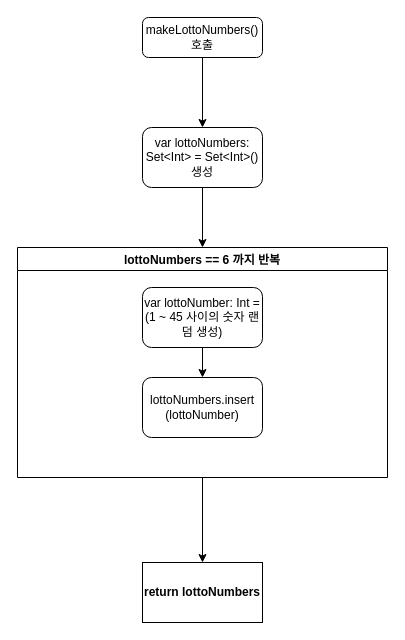
Above: Untitled Diagram.drawio in yagom-academy/swift-starter-Round2 (draw.io), before the change. Source tidied: cells renumbered, new cells numbered last; positions are measured from the earlier drawing's top-left corner, leaving out a move shared by most shapes. Both pictures are drawn from the tidied source at 100%, with x=0, y=0 at pixel (17, 17).
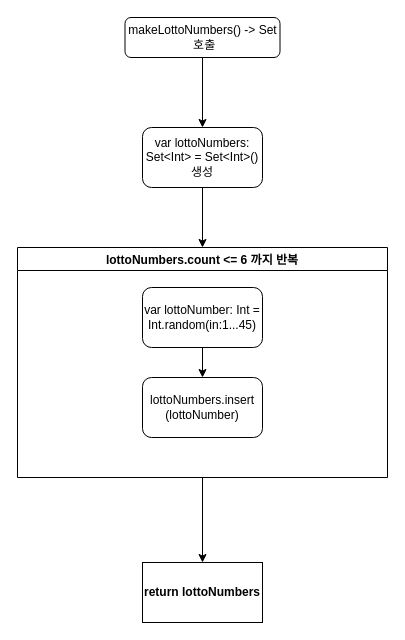
The same page after the edit.

What changed in the source:
```diff
@@
 <mxGraphModel>
   <root>
     <mxCell id="0" />
     <mxCell id="1" parent="0" />
     <mxCell id="2" style="edgeStyle=orthogonalEdgeStyle;rounded=0;jettySize=auto;html=1;" parent="1" edge="1" source="3" target="5">
       <mxGeometry relative="1" as="geometry" />
     </mxCell>
-    <mxCell id="3" value="makeLottoNumbers() 호출" style="rounded=1;whiteSpace=wrap;html=1;fontSize=12;glass=0;strokeWidth=1;shadow=0;" parent="1" vertex="1">
-      <mxGeometry x="125" width="120" height="40" as="geometry" />
+    <mxCell id="3" value="makeLottoNumbers() -&amp;gt; Set&lt;br&gt;&amp;nbsp;호출" style="rounded=1;whiteSpace=wrap;html=1;fontSize=12;glass=0;strokeWidth=1;shadow=0;" parent="1" vertex="1">
+      <mxGeometry x="107.5" width="155" height="40" as="geometry" />
     </mxCell>
     <mxCell id="4" style="edgeStyle=orthogonalEdgeStyle;rounded=0;jettySize=auto;html=1;entryX=0.5;entryY=0;entryDx=0;entryDy=0;" parent="1" edge="1" source="5" target="7">
       <mxGeometry relative="1" as="geometry" />
     </mxCell>
     <mxCell id="5" value="var lottoNumbers: Set&amp;lt;Int&amp;gt; = Set&amp;lt;Int&amp;gt;()&lt;br&gt;생성" style="whiteSpace=wrap;html=1;rounded=1;glass=0;strokeWidth=1;shadow=0;" parent="1" vertex="1">
       <mxGeometry x="125" y="110" width="120" height="60" as="geometry" />
     </mxCell>
     <mxCell id="6" style="edgeStyle=orthogonalEdgeStyle;rounded=0;jettySize=auto;html=1;" parent="1" edge="1" source="7" target="12">
       <mxGeometry relative="1" as="geometry" />
     </mxCell>
-    <mxCell id="7" value="lottoNumbers == 6 까지 반복" style="swimlane;" parent="1" vertex="1">
+    <mxCell id="7" value="lottoNumbers.count &lt;= 6 까지 반복" style="swimlane;startSize=23;" parent="1" vertex="1">
       <mxGeometry y="230" width="370" height="230" as="geometry" />
     </mxCell>
     <mxCell id="8" style="edgeStyle=orthogonalEdgeStyle;rounded=0;jettySize=auto;html=1;" parent="7" edge="1" source="9" target="11">
       <mxGeometry relative="1" as="geometry" />
     </mxCell>
-    <mxCell id="9" value="var lottoNumber: Int = (1 ~ 45 사이의 숫자 랜덤 생성)" style="rounded=1;whiteSpace=wrap;html=1;" parent="7" vertex="1">
+    <mxCell id="9" value="var lottoNumber: Int = Int.random(in:1...45)" style="rounded=1;whiteSpace=wrap;html=1;" parent="7" vertex="1">
       <mxGeometry x="125" y="40" width="120" height="60" as="geometry" />
     </mxCell>
     <mxCell id="10" style="edgeStyle=orthogonalEdgeStyle;rounded=0;orthogonalLoop=1;jettySize=auto;html=1;exitX=0.5;exitY=1;exitDx=0;exitDy=0;" parent="7" edge="1" source="9" target="9">
       <mxGeometry relative="1" as="geometry" />
     </mxCell>
     <mxCell id="11" value="lottoNumbers.insert&lt;br&gt;(lottoNumber)" style="whiteSpace=wrap;html=1;rounded=1;" parent="7" vertex="1">
       <mxGeometry x="125" y="130" width="120" height="60" as="geometry" />
     </mxCell>
     <mxCell id="12" value="return lottoNumbers" style="whiteSpace=wrap;html=1;fontStyle=1;startSize=23;" parent="1" vertex="1">
       <mxGeometry x="125" y="545" width="120" height="60" as="geometry" />
     </mxCell>
   </root>
 </mxGraphModel>
```
